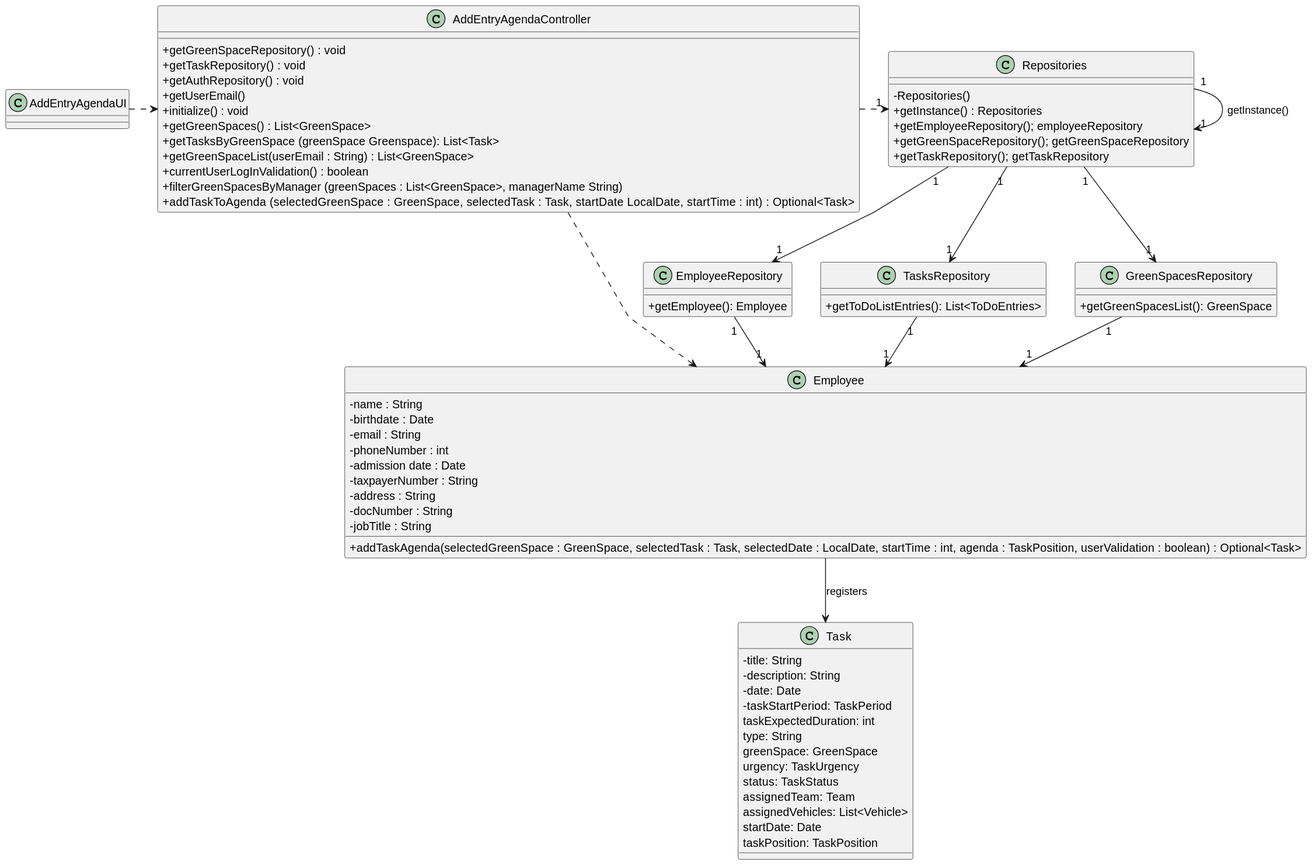
Before: docs/sprintC/US022/03.design/svg/us22-class-diagram.svg, a diagram exported from PlantUML (LopemigueISEP/lei-24-s2-1nb-g312).
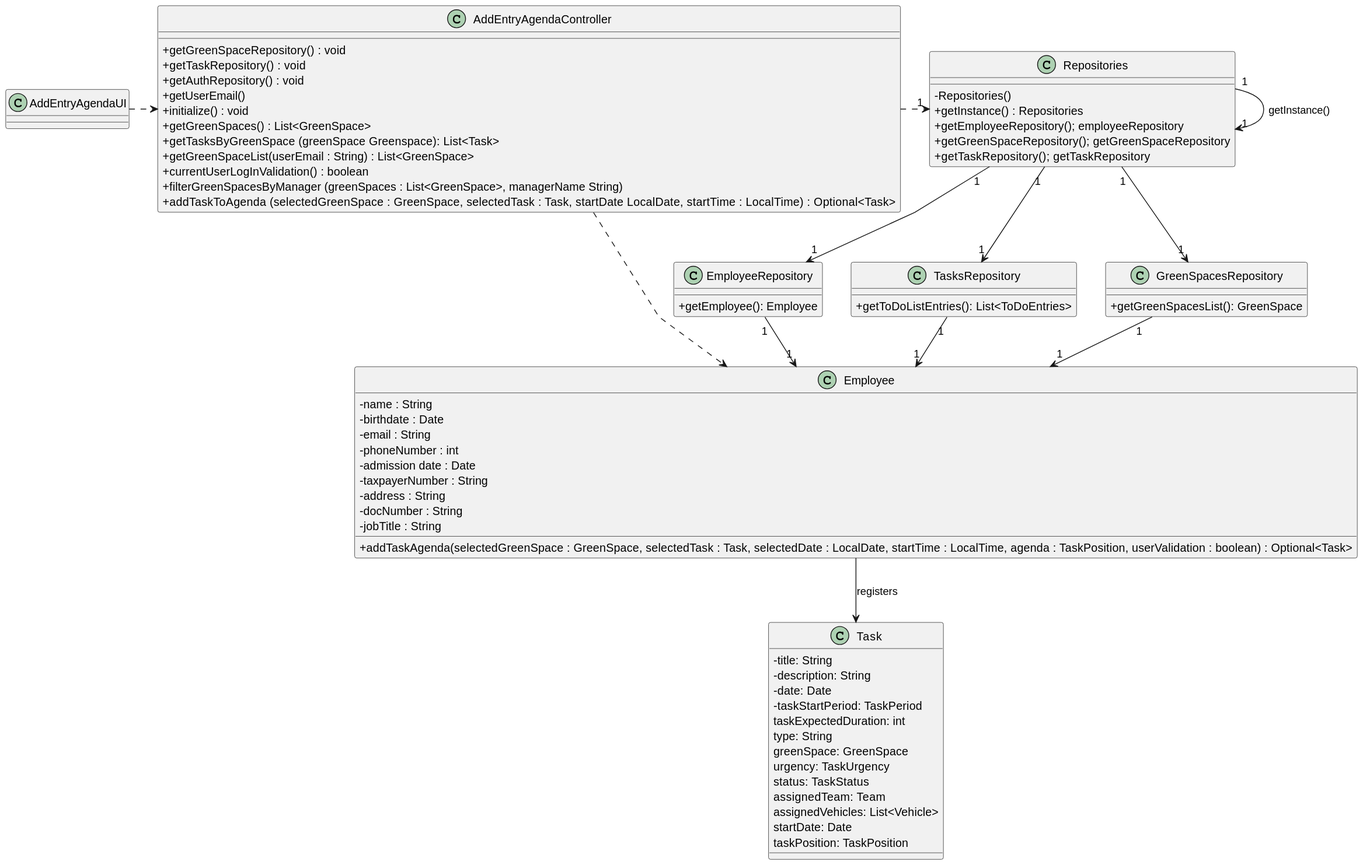
Above is the later version.

Diff of the diagram source:
```diff
@@ -16,7 +16,7 @@
     -docNumber : String
     -jobTitle : String
 
-+ addTaskAgenda(selectedGreenSpace : GreenSpace, selectedTask : Task, selectedDate : LocalDate, startTime : int, agenda : TaskPosition, userValidation : boolean) : Optional<Task>
++ addTaskAgenda(selectedGreenSpace : GreenSpace, selectedTask : Task, selectedDate : LocalDate, startTime : LocalTime, agenda : TaskPosition, userValidation : boolean) : Optional<Task>
 
 
 }
@@ -49,7 +49,7 @@
 + getGreenSpaceList(userEmail : String) : List<GreenSpace>
 + currentUserLogInValidation() : boolean
 + filterGreenSpacesByManager (greenSpaces : List<GreenSpace>, managerName String)
-+ addTaskToAgenda (selectedGreenSpace : GreenSpace,  selectedTask : Task, startDate LocalDate, startTime : int) : Optional<Task>
++ addTaskToAgenda (selectedGreenSpace : GreenSpace,  selectedTask : Task, startDate LocalDate, startTime : LocalTime) : Optional<Task>
 
 
 }
```
